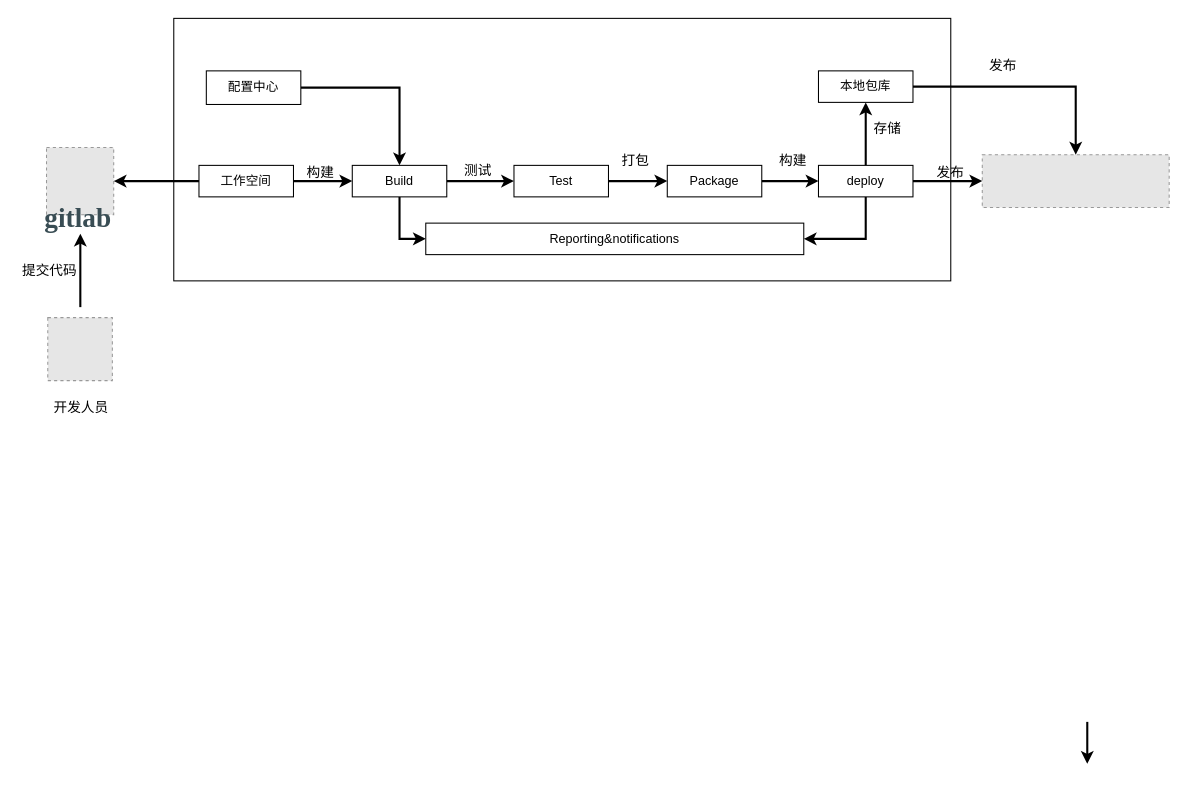
Before: jentins流程.drawio in Niujieheng/GitHub_Jul, a draw.io diagram. Source tidied: cells renumbered, new cells numbered last; positions are measured from the earlier drawing's top-left corner, leaving out a move shared by most shapes. Both pictures are drawn from the tidied source at 105%, with x=0, y=0 at pixel (18, 18). Pictures stored in the file or linked from it are replaced by grey dashed boxes.
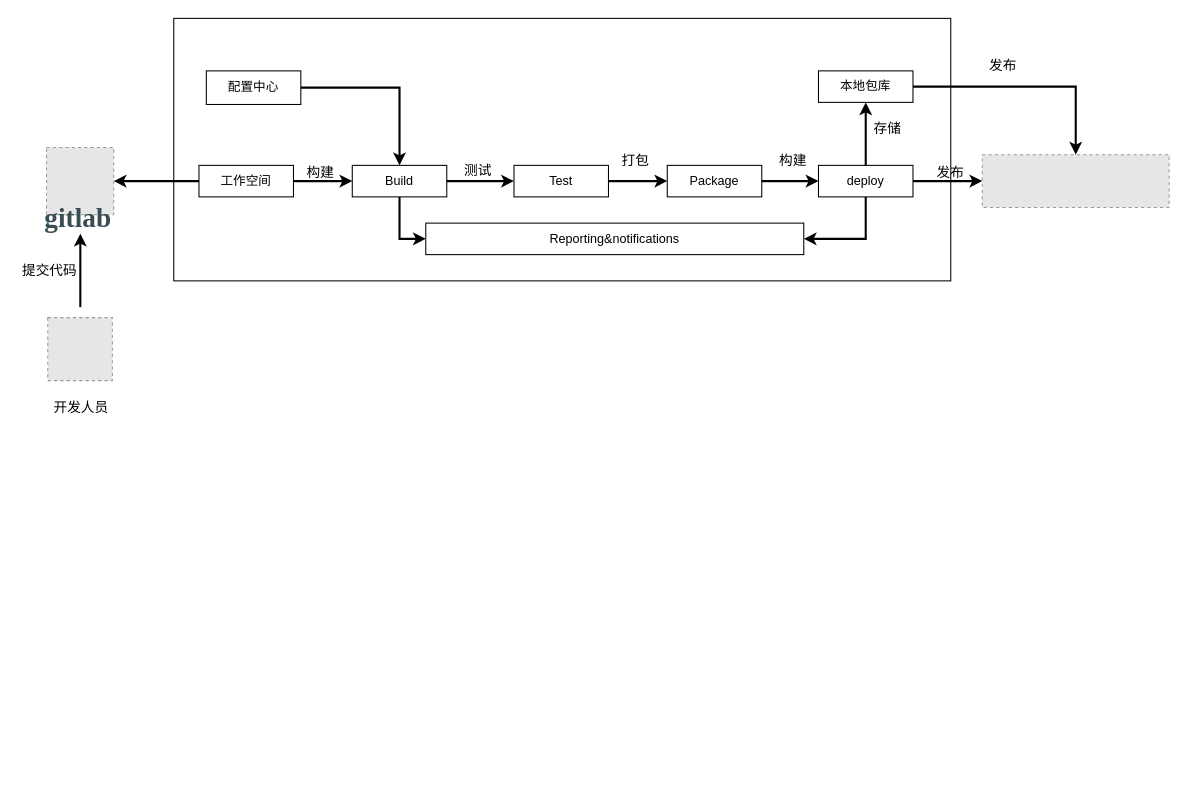
The same diagram, later.

What changed in the source:
```diff
@@
-    <mxCell id="16" style="edgeStyle=orthogonalEdgeStyle;rounded=0;orthogonalLoop=1;jettySize=auto;html=1;entryX=0.376;entryY=0.333;entryDx=0;entryDy=0;entryPerimeter=0;strokeWidth=2;fontSize=13;" parent="1" edge="1">
-      <mxGeometry relative="1" as="geometry">
-        <mxPoint x="1018" y="670" as="sourcePoint" />
-        <mxPoint x="1018" y="710" as="targetPoint" />
-        <Array as="points">
-          <mxPoint x="1018" y="670" />
-        </Array>
-      </mxGeometry>
-    </mxCell>
```
